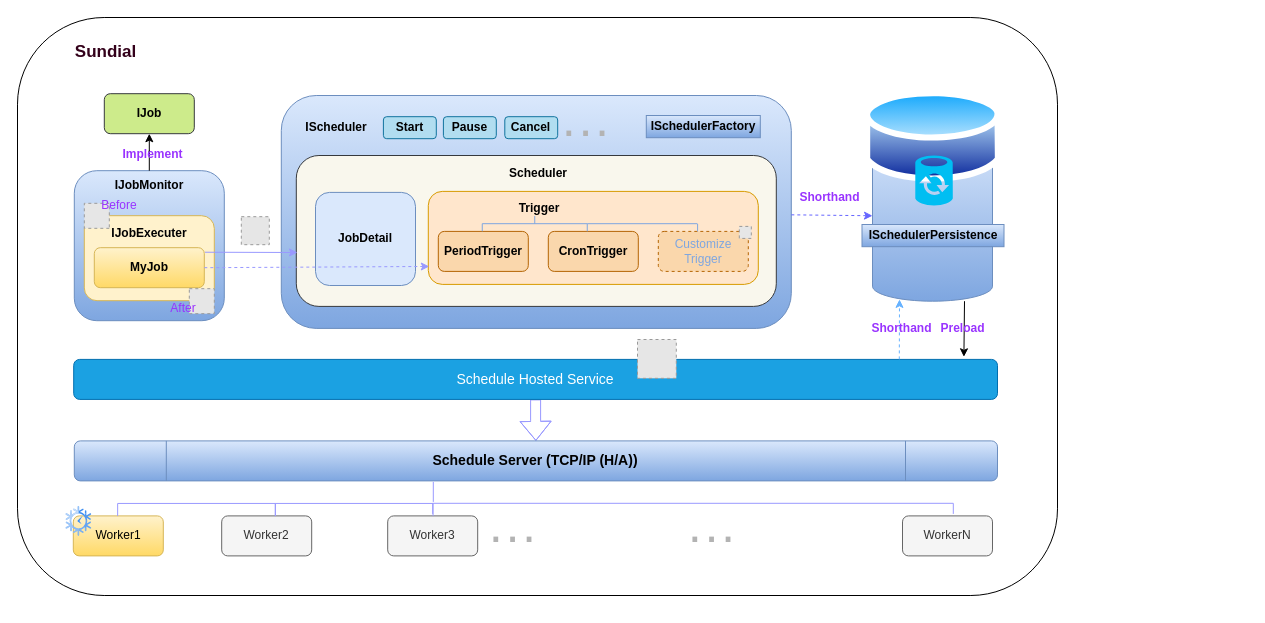
Above: drawio/Sundial.drawio in MonkSoul/Sundial (draw.io), before the change. Source tidied: cells renumbered, new cells numbered last; positions are measured from the earlier drawing's top-left corner, leaving out a move shared by most shapes. Both pictures are drawn from the tidied source at 100%, with x=0, y=0 at pixel (17, 17). Pictures stored in the file or linked from it are replaced by grey dashed boxes.
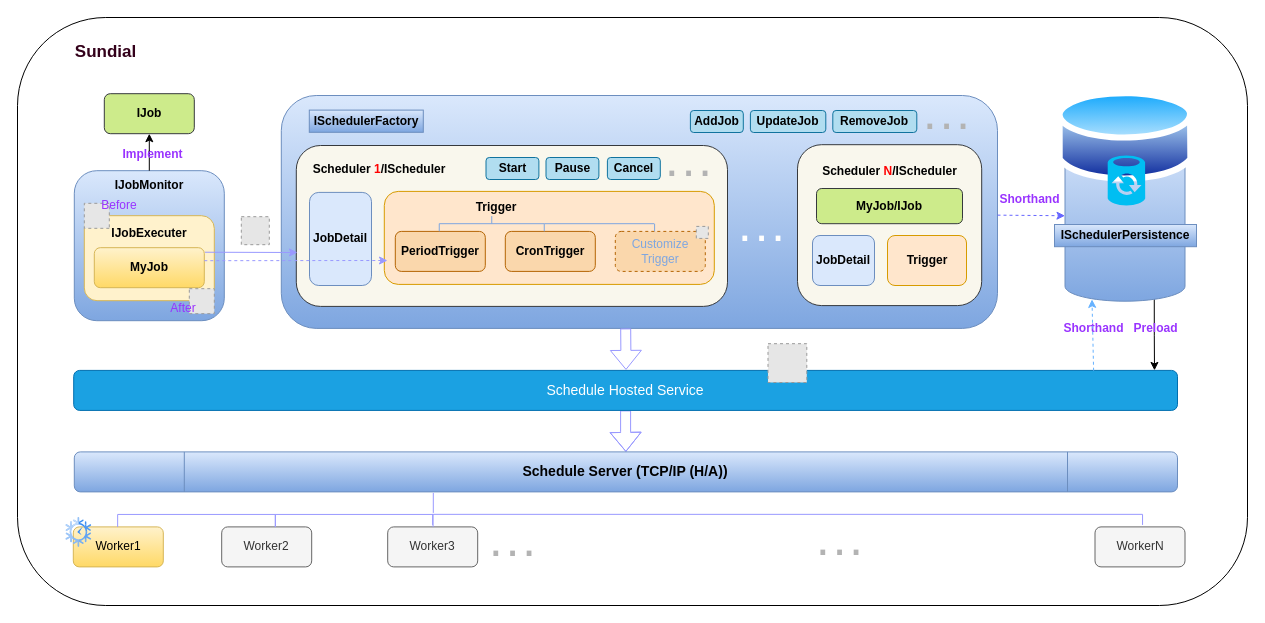
The same page after the edit.

The change refers to these unchanged cells:
```xml
<mxCell id="17" value="MyJob" style="rounded=1;whiteSpace=wrap;html=1;fontStyle=1;fillColor=#fff2cc;strokeColor=#d6b656;gradientColor=#ffd966;" parent="1" vertex="1">
  <mxGeometry x="76.8" y="230.2" width="110" height="40" as="geometry" />
</mxCell>
```

Change to the diagram source:
```diff
@@
     <mxCell id="2" style="rounded=1;whiteSpace=wrap;html=1;fontSize=14;strokeWidth=1;" parent="1" vertex="1">
-      <mxGeometry width="1040" height="578" as="geometry" />
+      <mxGeometry width="1230" height="588" as="geometry" />
     </mxCell>
     <mxCell id="3" style="rounded=1;whiteSpace=wrap;html=1;strokeColor=#6c8ebf;strokeWidth=1;fillColor=#dae8fc;gradientColor=#7ea6e0;" parent="1" vertex="1">
-      <mxGeometry x="263.8" y="78" width="510" height="232.9" as="geometry" />
+      <mxGeometry x="263.8" y="78" width="716.2" height="232.9" as="geometry" />
     </mxCell>
@@
     <mxCell id="6" style="rounded=1;whiteSpace=wrap;html=1;fillColor=#f9f7ed;strokeColor=#36393d;" parent="1" vertex="1">
-      <mxGeometry x="278.8" y="138" width="480" height="150.9" as="geometry" />
+      <mxGeometry x="278.8" y="128" width="431.2" height="160.9" as="geometry" />
     </mxCell>
     <mxCell id="7" style="rounded=1;whiteSpace=wrap;html=1;fillColor=#ffe6cc;strokeColor=#d79b00;" parent="1" vertex="1">
-      <mxGeometry x="410.8" y="173.9" width="330" height="93" as="geometry" />
+      <mxGeometry x="366.8" y="173.9" width="330" height="93" as="geometry" />
     </mxCell>
     <mxCell id="8" value="PeriodTrigger" style="rounded=1;whiteSpace=wrap;html=1;fillColor=#fad7ac;strokeColor=#b46504;fontStyle=1;" parent="1" vertex="1">
-      <mxGeometry x="420.8" y="213.9" width="90" height="40" as="geometry" />
+      <mxGeometry x="377.8" y="213.9" width="90" height="40" as="geometry" />
     </mxCell>
     <mxCell id="9" value="CronTrigger" style="rounded=1;whiteSpace=wrap;html=1;fillColor=#fad7ac;strokeColor=#b46504;fontStyle=1;" parent="1" vertex="1">
-      <mxGeometry x="530.8" y="213.9" width="90" height="40" as="geometry" />
+      <mxGeometry x="487.8" y="213.9" width="90" height="40" as="geometry" />
     </mxCell>
     <mxCell id="10" value="Trigger" style="text;html=1;strokeColor=none;fillColor=none;align=center;verticalAlign=middle;whiteSpace=wrap;rounded=0;fontStyle=1;" parent="1" vertex="1">
-      <mxGeometry x="491.8" y="175.9" width="60" height="30" as="geometry" />
+      <mxGeometry x="448.8" y="174.9" width="60" height="30" as="geometry" />
     </mxCell>
     <mxCell id="11" value="JobDetail" style="rounded=1;whiteSpace=wrap;html=1;fontStyle=1;fillColor=#dae8fc;strokeColor=#6c8ebf;" parent="1" vertex="1">
-      <mxGeometry x="298" y="174.9" width="100" height="93.1" as="geometry" />
+      <mxGeometry x="292" y="174.9" width="62" height="93.1" as="geometry" />
     </mxCell>
-    <mxCell id="12" value="Scheduler" style="text;html=1;strokeColor=none;fillColor=none;align=center;verticalAlign=middle;whiteSpace=wrap;rounded=0;fontStyle=1;" parent="1" vertex="1">
-      <mxGeometry x="491" y="140.9" width="60" height="30" as="geometry" />
+    <mxCell id="12" value="Scheduler &lt;font color=&quot;#ff0000&quot;&gt;1&lt;/font&gt;/IScheduler" style="text;html=1;strokeColor=none;fillColor=none;align=center;verticalAlign=middle;whiteSpace=wrap;rounded=0;fontStyle=1;" parent="1" vertex="1">
+      <mxGeometry x="292" y="137" width="140" height="30" as="geometry" />
     </mxCell>
     <mxCell id="13" style="strokeWidth=1;html=1;shape=mxgraph.flowchart.annotation_2;align=left;labelPosition=right;rotation=90;strokeColor=#7EA6E0;" parent="1" vertex="1">
-      <mxGeometry x="509.6" y="153.7" width="15.3" height="105" as="geometry" />
+      <mxGeometry x="466.6" y="153.7" width="15.3" height="105" as="geometry" />
     </mxCell>
     <mxCell id="14" style="line;strokeWidth=1;html=1;strokeColor=#7EA6E0;" parent="1" vertex="1">
-      <mxGeometry x="569.8" y="201.2" width="110" height="10" as="geometry" />
+      <mxGeometry x="526.8" y="201.2" width="110" height="10" as="geometry" />
     </mxCell>
     <mxCell id="15" style="line;strokeWidth=1;html=1;rotation=90;strokeColor=#7EA6E0;" parent="1" vertex="1">
-      <mxGeometry x="674.5" y="206.9" width="11.2" height="10" as="geometry" />
+      <mxGeometry x="631.5" y="206.9" width="11.2" height="10" as="geometry" />
     </mxCell>
     <mxCell id="16" value="Customize Trigger" style="rounded=1;whiteSpace=wrap;html=1;fillColor=#fad7ac;strokeColor=#b46504;fontStyle=0;dashed=1;fontColor=#7EA6E0;" parent="1" vertex="1">
-      <mxGeometry x="640.8" y="213.9" width="90" height="40" as="geometry" />
+      <mxGeometry x="597.8" y="213.9" width="90" height="40" as="geometry" />
     </mxCell>
@@
     <mxCell id="23" style="fillColor=#E6E6E6;strokeColor=#999999;dashed=1;html=1;verticalAlign=top;verticalLabelPosition=bottom;labelBackgroundColor=#ffffff;" parent="1" vertex="1">
-      <mxGeometry x="721.8" y="208.9" width="12" height="12" as="geometry" />
+      <mxGeometry x="678.8" y="208.9" width="12" height="12" as="geometry" />
     </mxCell>
@@
-    <mxCell id="30" style="endArrow=classic;html=1;rounded=0;fontColor=#9933FF;strokeColor=#9999FF;dashed=1;exitX=1;exitY=0.5;exitDx=0;exitDy=0;entryX=0.003;entryY=0.807;entryDx=0;entryDy=0;entryPerimeter=0;" parent="1" edge="1" source="17" target="7">
-      <mxGeometry relative="1" as="geometry" />
+    <mxCell id="30" style="endArrow=classic;html=1;rounded=0;fontColor=#9933FF;strokeColor=#9999FF;dashed=1;exitX=1;exitY=0.5;exitDx=0;exitDy=0;" parent="1" edge="1">
+      <mxGeometry relative="1" as="geometry">
+        <mxPoint x="186.8" y="243.2" as="sourcePoint" />
+        <mxPoint x="370" y="243" as="targetPoint" />
+      </mxGeometry>
     </mxCell>
     <mxCell id="31" value="&lt;span&gt;ISchedulerFactory&lt;/span&gt;" style="rounded=0;whiteSpace=wrap;html=1;strokeColor=#6c8ebf;strokeWidth=1;fillColor=#dae8fc;gradientColor=#7ea6e0;fontStyle=1;" parent="1" vertex="1">
-      <mxGeometry x="628.8" y="98" width="114" height="22.2" as="geometry" />
+      <mxGeometry x="291.8" y="92.6" width="114" height="22.2" as="geometry" />
     </mxCell>
-    <mxCell id="32" value="IScheduler" style="text;html=1;strokeColor=none;fillColor=none;align=center;verticalAlign=middle;whiteSpace=wrap;rounded=0;fontStyle=1;" parent="1" vertex="1">
-      <mxGeometry x="288.8" y="95.2" width="60" height="30" as="geometry" />
-    </mxCell>
     <mxCell id="33" value="Start" style="rounded=1;whiteSpace=wrap;html=1;strokeColor=#10739e;strokeWidth=1;fillColor=#b1ddf0;fontStyle=1;" parent="1" vertex="1">
-      <mxGeometry x="365.9" y="99.2" width="52.9" height="22" as="geometry" />
+      <mxGeometry x="468.5" y="140" width="52.9" height="22" as="geometry" />
     </mxCell>
     <mxCell id="34" value="Pause" style="rounded=1;whiteSpace=wrap;html=1;strokeColor=#10739e;strokeWidth=1;fillColor=#b1ddf0;fontStyle=1;" parent="1" vertex="1">
-      <mxGeometry x="425.9" y="99.2" width="52.9" height="22" as="geometry" />
+      <mxGeometry x="528.5" y="140" width="52.9" height="22" as="geometry" />
     </mxCell>
     <mxCell id="35" value="Cancel" style="rounded=1;whiteSpace=wrap;html=1;strokeColor=#10739e;strokeWidth=1;fillColor=#b1ddf0;fontStyle=1;" parent="1" vertex="1">
-      <mxGeometry x="487.3" y="99.2" width="52.9" height="22" as="geometry" />
+      <mxGeometry x="589.9" y="140" width="52.9" height="22" as="geometry" />
     </mxCell>
-    <mxCell id="36" value="···" style="text;html=1;align=center;verticalAlign=middle;strokeColor=none;fillColor=none;fontColor=#B3B3B3;fontSize=50;" parent="1" vertex="1">
-      <mxGeometry x="532.8" y="77.2" width="70" height="70" as="geometry" />
+    <mxCell id="36" value="···" style="text;html=1;align=center;verticalAlign=middle;strokeColor=none;fillColor=none;fontColor=#FFFFFF;fontSize=50;" parent="1" vertex="1">
+      <mxGeometry x="709" y="182.2" width="70" height="70" as="geometry" />
     </mxCell>
@@
     <mxCell id="38" value="Schedule Hosted Service" style="rounded=1;whiteSpace=wrap;html=1;fontSize=14;strokeColor=#006EAF;strokeWidth=1;fillColor=#1ba1e2;fontColor=#ffffff;" parent="1" vertex="1">
-      <mxGeometry x="56.2" y="341.9" width="923.8" height="40" as="geometry" />
+      <mxGeometry x="56.2" y="352.9" width="1103.8" height="40" as="geometry" />
     </mxCell>
     <mxCell id="39" value="Worker1" style="rounded=1;whiteSpace=wrap;html=1;fillColor=#fff2cc;strokeColor=#d6b656;fontStyle=0;gradientColor=#ffd966;" parent="1" vertex="1">
-      <mxGeometry x="55.8" y="498.4" width="90" height="40" as="geometry" />
+      <mxGeometry x="55.8" y="509.4" width="90" height="40" as="geometry" />
     </mxCell>
     <mxCell id="40" value="Worker2" style="rounded=1;whiteSpace=wrap;html=1;fillColor=#f5f5f5;strokeColor=#666666;fontStyle=0;fontColor=#333333;" parent="1" vertex="1">
-      <mxGeometry x="204.2" y="498.4" width="90" height="40" as="geometry" />
+      <mxGeometry x="204.2" y="509.4" width="90" height="40" as="geometry" />
     </mxCell>
     <mxCell id="41" value="Worker3" style="rounded=1;whiteSpace=wrap;html=1;fillColor=#f5f5f5;strokeColor=#666666;fontStyle=0;fontColor=#333333;" parent="1" vertex="1">
-      <mxGeometry x="370.2" y="498.4" width="90" height="40" as="geometry" />
+      <mxGeometry x="370.2" y="509.4" width="90" height="40" as="geometry" />
     </mxCell>
     <mxCell id="42" value="WorkerN" style="rounded=1;whiteSpace=wrap;html=1;fontStyle=0;fillColor=#f5f5f5;strokeColor=#666666;fontColor=#333333;" parent="1" vertex="1">
-      <mxGeometry x="885" y="498.4" width="90" height="40" as="geometry" />
+      <mxGeometry x="1077.5" y="509.4" width="90" height="40" as="geometry" />
     </mxCell>
     <mxCell id="43" value="···" style="text;html=1;align=center;verticalAlign=middle;strokeColor=none;fillColor=none;fontColor=#B3B3B3;fontSize=50;" parent="1" vertex="1">
-      <mxGeometry x="460.2" y="483.4" width="70" height="70" as="geometry" />
+      <mxGeometry x="460.2" y="497.4" width="70" height="70" as="geometry" />
     </mxCell>
     <mxCell id="44" value="Schedule Server (TCP/IP (H/A))" style="shape=process;whiteSpace=wrap;html=1;backgroundOutline=1;rounded=1;fontSize=14;strokeColor=#6c8ebf;strokeWidth=1;fillColor=#dae8fc;fontStyle=1;gradientColor=#7ea6e0;" parent="1" vertex="1">
-      <mxGeometry x="56.8" y="423.4" width="923.2" height="40" as="geometry" />
+      <mxGeometry x="56.8" y="434.4" width="1103.2" height="40" as="geometry" />
     </mxCell>
     <mxCell id="45" style="strokeWidth=1;html=1;shape=mxgraph.flowchart.annotation_1;align=left;rounded=1;fontSize=14;fontColor=#33001A;rotation=90;strokeColor=#9999FF;" parent="1" vertex="1">
-      <mxGeometry x="330.4" y="413.3" width="12.5" height="157.8" as="geometry" />
+      <mxGeometry x="330.4" y="424.3" width="12.5" height="157.8" as="geometry" />
     </mxCell>
     <mxCell id="46" style="strokeWidth=1;html=1;shape=mxgraph.flowchart.annotation_1;align=left;rounded=1;fontSize=14;fontColor=#33001A;rotation=90;strokeColor=#9999FF;" parent="1" vertex="1">
-      <mxGeometry x="172.8" y="413.3" width="12.5" height="157.8" as="geometry" />
+      <mxGeometry x="172.8" y="424.3" width="12.5" height="157.8" as="geometry" />
     </mxCell>
     <mxCell id="47" style="strokeWidth=1;html=1;shape=mxgraph.flowchart.annotation_1;align=left;rounded=1;fontSize=14;fontColor=#33001A;rotation=90;strokeColor=#9999FF;" parent="1" vertex="1">
-      <mxGeometry x="670.2" y="230.8" width="10.6" height="520.6" as="geometry" />
+      <mxGeometry x="764.8" y="147.2" width="10.6" height="709.9" as="geometry" />
     </mxCell>
     <mxCell id="48" style="line;strokeWidth=1;html=1;rounded=1;fontSize=14;fontColor=#33001A;rotation=90;strokeColor=#9999FF;" parent="1" vertex="1">
-      <mxGeometry x="405.8" y="469.4" width="20" height="10" as="geometry" />
+      <mxGeometry x="405.8" y="480.4" width="20" height="10" as="geometry" />
     </mxCell>
     <mxCell id="49" style="sketch=0;html=1;strokeColor=none;shadow=0;align=center;verticalAlign=top;fillColor=#3B8DF1;shape=mxgraph.gcp2.time_clock;rounded=1;fontSize=14;fontColor=#33001A;" parent="1" vertex="1">
-      <mxGeometry x="48" y="488.5" width="25.8" height="29.9" as="geometry" />
+      <mxGeometry x="48" y="499.5" width="25.8" height="29.9" as="geometry" />
     </mxCell>
@@
-    <mxCell id="51" style="edgeStyle=orthogonalEdgeStyle;rounded=0;orthogonalLoop=1;jettySize=auto;html=1;entryX=0.929;entryY=-0.063;entryDx=0;entryDy=0;entryPerimeter=0;" parent="1" edge="1">
+    <mxCell id="51" style="edgeStyle=orthogonalEdgeStyle;rounded=0;jettySize=auto;html=1;entryX=0.929;entryY=-0.063;entryDx=0;entryDy=0;entryPerimeter=0;exitX=0.744;exitY=0.985;exitDx=0;exitDy=0;exitPerimeter=0;" parent="1" edge="1" source="52">
       <mxGeometry relative="1" as="geometry">
-        <mxPoint x="947" y="283.7" as="sourcePoint" />
-        <mxPoint x="946.4" y="339.3" as="targetPoint" />
-        <Array as="points">
-          <mxPoint x="946" y="284" />
-        </Array>
+        <mxPoint x="1137" y="352.9" as="targetPoint" />
       </mxGeometry>
     </mxCell>
     <mxCell id="52" style="shape=cylinder3;whiteSpace=wrap;html=1;boundedLbl=1;backgroundOutline=1;size=15;fillColor=#dae8fc;gradientColor=#7ea6e0;strokeColor=#6c8ebf;" parent="1" vertex="1">
-      <mxGeometry x="855" y="112.8" width="120" height="170.9" as="geometry" />
+      <mxGeometry x="1047.5" y="112.8" width="120" height="170.9" as="geometry" />
     </mxCell>
     <mxCell id="53" value="Preload" style="text;html=1;align=center;verticalAlign=middle;strokeColor=none;fillColor=none;fontColor=#9933FF;fontStyle=1;" parent="1" vertex="1">
-      <mxGeometry x="910" y="296.2" width="70" height="30" as="geometry" />
+      <mxGeometry x="1102.5" y="296.2" width="70" height="30" as="geometry" />
     </mxCell>
@@
     <mxCell id="55" value="Shorthand" style="text;html=1;align=center;verticalAlign=middle;strokeColor=none;fillColor=none;fontColor=#9933FF;fontStyle=1;" parent="1" vertex="1">
-      <mxGeometry x="772" y="165.2" width="80" height="30" as="geometry" />
+      <mxGeometry x="972" y="167" width="80" height="30" as="geometry" />
     </mxCell>
     <mxCell id="56" style="perimeter=ellipsePerimeter;html=1;align=center;shadow=0;dashed=0;spacingTop=3;image;image=img/lib/active_directory/database.svg;" parent="1" vertex="1">
-      <mxGeometry x="847" y="68.2" width="137" height="101.4" as="geometry" />
+      <mxGeometry x="1039.5" y="68.2" width="137" height="101.4" as="geometry" />
     </mxCell>
     <mxCell id="57" value="ISchedulerPersistence" style="rounded=0;whiteSpace=wrap;html=1;strokeColor=#6c8ebf;strokeWidth=1;fillColor=#dae8fc;gradientColor=#7ea6e0;fontStyle=1;" parent="1" vertex="1">
-      <mxGeometry x="844.5" y="207" width="142" height="22.2" as="geometry" />
+      <mxGeometry x="1037" y="207" width="142" height="22.2" as="geometry" />
     </mxCell>
     <mxCell id="58" style="fillColor=#E6E6E6;strokeColor=#999999;dashed=1;html=1;verticalAlign=top;verticalLabelPosition=bottom;labelBackgroundColor=#ffffff;" parent="1" vertex="1">
-      <mxGeometry x="620" y="322" width="38.8" height="38.8" as="geometry" />
+      <mxGeometry x="750.5" y="326.2" width="38.8" height="38.8" as="geometry" />
     </mxCell>
     <mxCell id="59" style="verticalLabelPosition=bottom;html=1;verticalAlign=top;align=center;strokeColor=none;fillColor=#00BEF2;shape=mxgraph.azure.sql_datasync;" parent="1" vertex="1">
-      <mxGeometry x="897.8" y="138" width="37.5" height="50" as="geometry" />
+      <mxGeometry x="1090.2" y="138" width="37.5" height="50" as="geometry" />
     </mxCell>
     <mxCell id="60" value="Shorthand" style="text;html=1;align=center;verticalAlign=middle;strokeColor=none;fillColor=none;fontColor=#9933FF;fontStyle=1;" parent="1" vertex="1">
-      <mxGeometry x="843.5" y="296.2" width="80" height="30" as="geometry" />
+      <mxGeometry x="1036" y="296.2" width="80" height="30" as="geometry" />
     </mxCell>
-    <mxCell id="61" style="endArrow=classic;html=1;rounded=0;dashed=1;strokeColor=#66B2FF;" parent="1" edge="1">
+    <mxCell id="61" style="endArrow=classic;html=1;rounded=0;dashed=1;strokeColor=#66B2FF;exitX=0.924;exitY=0.008;exitDx=0;exitDy=0;exitPerimeter=0;" parent="1" edge="1" source="38">
       <mxGeometry relative="1" as="geometry">
-        <mxPoint x="881.8" y="341.9" as="sourcePoint" />
-        <mxPoint x="882" y="281.9" as="targetPoint" />
+        <mxPoint x="1074.5" y="281.9" as="targetPoint" />
       </mxGeometry>
     </mxCell>
     <mxCell id="62" value="···" style="text;html=1;align=center;verticalAlign=middle;strokeColor=none;fillColor=none;fontColor=#B3B3B3;fontSize=50;" parent="1" vertex="1">
-      <mxGeometry x="658.8" y="483.4" width="70" height="70" as="geometry" />
+      <mxGeometry x="787" y="496.4" width="70" height="70" as="geometry" />
     </mxCell>
+    <mxCell id="63" style="rounded=1;whiteSpace=wrap;html=1;fillColor=#f9f7ed;strokeColor=#36393d;" parent="1" vertex="1">
+      <mxGeometry x="780" y="127.2" width="184.2" height="160.9" as="geometry" />
+    </mxCell>
+    <mxCell id="64" value="Scheduler &lt;font color=&quot;#ff0000&quot;&gt;N&lt;/font&gt;/IScheduler" style="text;html=1;strokeColor=none;fillColor=none;align=center;verticalAlign=middle;whiteSpace=wrap;rounded=0;fontStyle=1;" parent="1" vertex="1">
+      <mxGeometry x="803" y="139" width="139" height="30" as="geometry" />
+    </mxCell>
+    <mxCell id="65" value="JobDetail" style="rounded=1;whiteSpace=wrap;html=1;fontStyle=1;fillColor=#dae8fc;strokeColor=#6c8ebf;" parent="1" vertex="1">
+      <mxGeometry x="795" y="218" width="62" height="50" as="geometry" />
+    </mxCell>
+    <mxCell id="66" style="rounded=1;whiteSpace=wrap;html=1;fillColor=#ffe6cc;strokeColor=#d79b00;" parent="1" vertex="1">
+      <mxGeometry x="870" y="218" width="79" height="50" as="geometry" />
+    </mxCell>
+    <mxCell id="67" value="Trigger" style="text;html=1;strokeColor=none;fillColor=none;align=center;verticalAlign=middle;whiteSpace=wrap;rounded=0;fontStyle=1;" parent="1" vertex="1">
+      <mxGeometry x="879.5" y="227.9" width="60" height="30" as="geometry" />
+    </mxCell>
+    <mxCell id="68" value="···" style="text;html=1;align=center;verticalAlign=middle;strokeColor=none;fillColor=none;fontColor=#B3B3B3;fontSize=50;" parent="1" vertex="1">
+      <mxGeometry x="636" y="117" width="70" height="70" as="geometry" />
+    </mxCell>
+    <mxCell id="69" value="AddJob" style="rounded=1;whiteSpace=wrap;html=1;strokeColor=#10739e;strokeWidth=1;fillColor=#b1ddf0;fontStyle=1;" parent="1" vertex="1">
+      <mxGeometry x="672.9" y="93" width="52.9" height="22" as="geometry" />
+    </mxCell>
+    <mxCell id="70" value="UpdateJob" style="rounded=1;whiteSpace=wrap;html=1;strokeColor=#10739e;strokeWidth=1;fillColor=#b1ddf0;fontStyle=1;" parent="1" vertex="1">
+      <mxGeometry x="732.9" y="93" width="75.4" height="22" as="geometry" />
+    </mxCell>
+    <mxCell id="71" value="RemoveJob" style="rounded=1;whiteSpace=wrap;html=1;strokeColor=#10739e;strokeWidth=1;fillColor=#b1ddf0;fontStyle=1;" parent="1" vertex="1">
+      <mxGeometry x="815.3" y="93" width="84" height="22" as="geometry" />
+    </mxCell>
+    <mxCell id="72" value="···" style="text;html=1;align=center;verticalAlign=middle;strokeColor=none;fillColor=none;fontColor=#B3B3B3;fontSize=50;" parent="1" vertex="1">
+      <mxGeometry x="894.2" y="70" width="70" height="70" as="geometry" />
+    </mxCell>
+    <mxCell id="73" style="edgeStyle=orthogonalEdgeStyle;rounded=0;orthogonalLoop=1;jettySize=auto;html=1;fontSize=14;fontColor=#33001A;strokeColor=#9999FF;shape=flexArrow;" parent="1" edge="1">
+      <mxGeometry relative="1" as="geometry">
+        <mxPoint x="608.2" y="310.9" as="sourcePoint" />
+        <mxPoint x="608.5" y="352.4" as="targetPoint" />
+        <Array as="points">
+          <mxPoint x="609" y="311" />
+          <mxPoint x="609" y="311" />
+        </Array>
+      </mxGeometry>
+    </mxCell>
+    <mxCell id="74" value="MyJob/IJob" style="rounded=1;whiteSpace=wrap;html=1;fontStyle=1;fillColor=#cdeb8b;strokeColor=#36393d;" parent="1" vertex="1">
+      <mxGeometry x="799" y="171" width="146" height="35.2" as="geometry" />
+    </mxCell>
```
